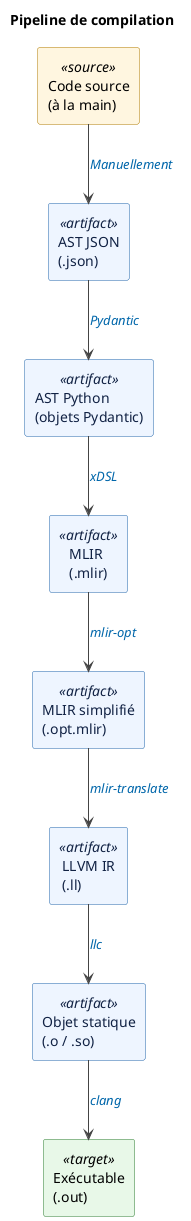
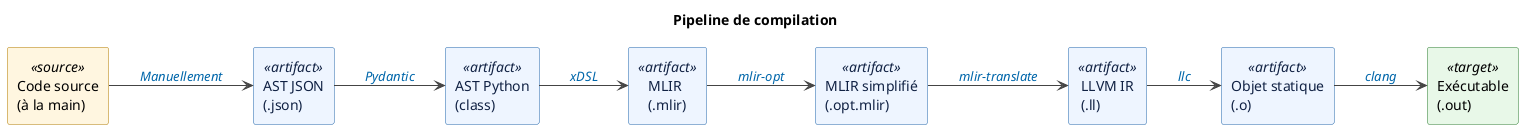
@startuml compilation
title Pipeline de compilation
+ 
+ left to right direction

skinparam defaultFontName "Sans-Serif"
skinparam shadowing false
skinparam ArrowColor #444444
skinparam ArrowFontColor #0066AA
skinparam ArrowFontStyle italic

skinparam rectangle {
    BackgroundColor<<artifact>> #EEF5FF
    BorderColor<<artifact>> #2266AA
    FontColor<<artifact>> #112244
    BackgroundColor<<source>>   #FFF6E0
    BorderColor<<source>>       #B07A00
    BackgroundColor<<target>>   #E8F8E8
    BorderColor<<target>>       #2E7D32
}

rectangle "Code source\n(à la main)"        as SRC  <<source>>
rectangle "AST JSON\n(.json)"               as JSON <<artifact>>
- rectangle "AST Python\n(objets Pydantic)"   as PY   <<artifact>>
+ rectangle "AST Python\n(class)"   as PY   <<artifact>>
rectangle "MLIR\n(.mlir)"                   as MLIR <<artifact>>
rectangle "MLIR simplifié\n(.opt.mlir)"     as OPT  <<artifact>>
rectangle "LLVM IR\n(.ll)"                  as LL   <<artifact>>
- rectangle "Objet statique\n(.o / .so)"      as OBJ  <<artifact>>
+ rectangle "Objet statique\n(.o)"      as OBJ  <<artifact>>
rectangle "Exécutable\n(.out)"              as OUT  <<target>>

- SRC  -down->  JSON : Manuellement
- JSON -down->  PY   : Pydantic
- PY   -down->  MLIR : xDSL
- MLIR -down->  OPT  : mlir-opt
- OPT  -down->  LL   : mlir-translate
- LL   -down->  OBJ  : llc
- OBJ  -down->  OUT  : clang
+ SRC  -->  JSON : Manuellement
+ JSON -->  PY   : Pydantic
+ PY   -->  MLIR : xDSL
+ MLIR -->  OPT  : mlir-opt
+ OPT  -->  LL   : mlir-translate
+ LL   -->  OBJ  : llc
+ OBJ  -->  OUT  : clang

@enduml
